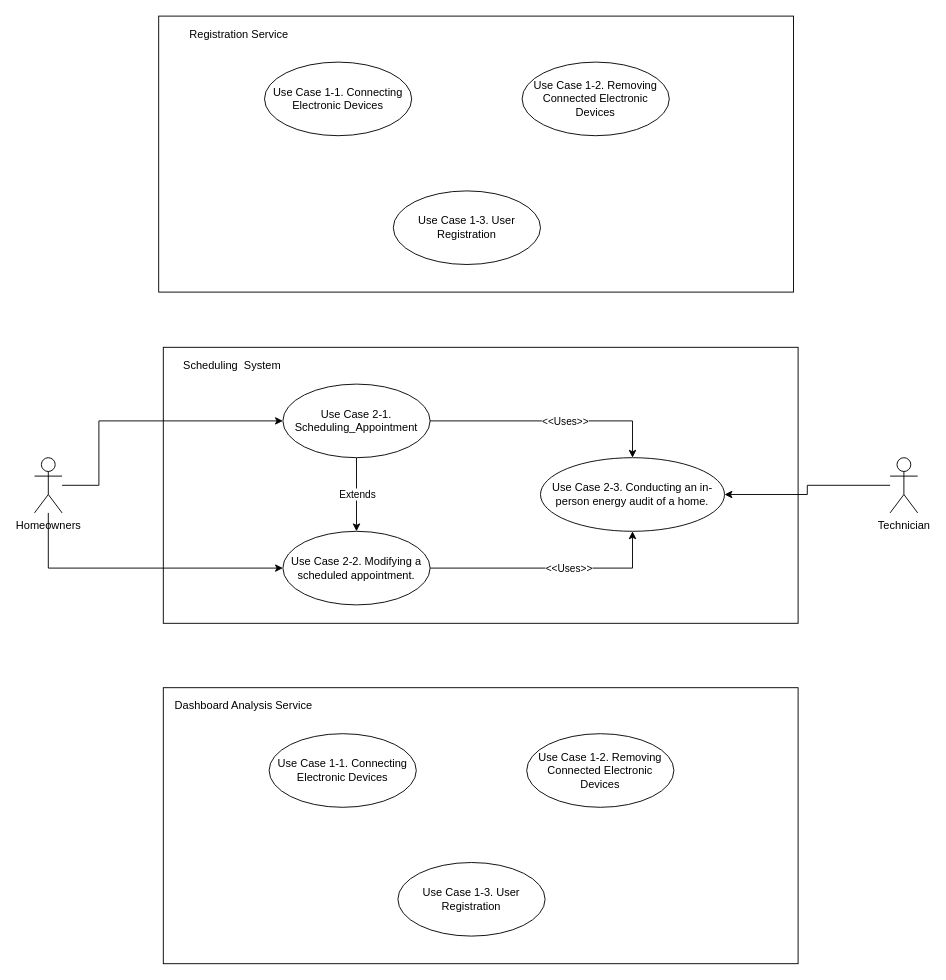
This is Use Case Diagram Milestone 1.drawio from uvic-teach/project-m1-team15, a draw.io file, before an edit. Source tidied: cells renumbered, new cells numbered last; positions are measured from the earlier drawing's top-left corner, leaving out a move shared by most shapes. Both pictures are drawn from the tidied source at 92%, with x=0, y=0 at pixel (34, 16).
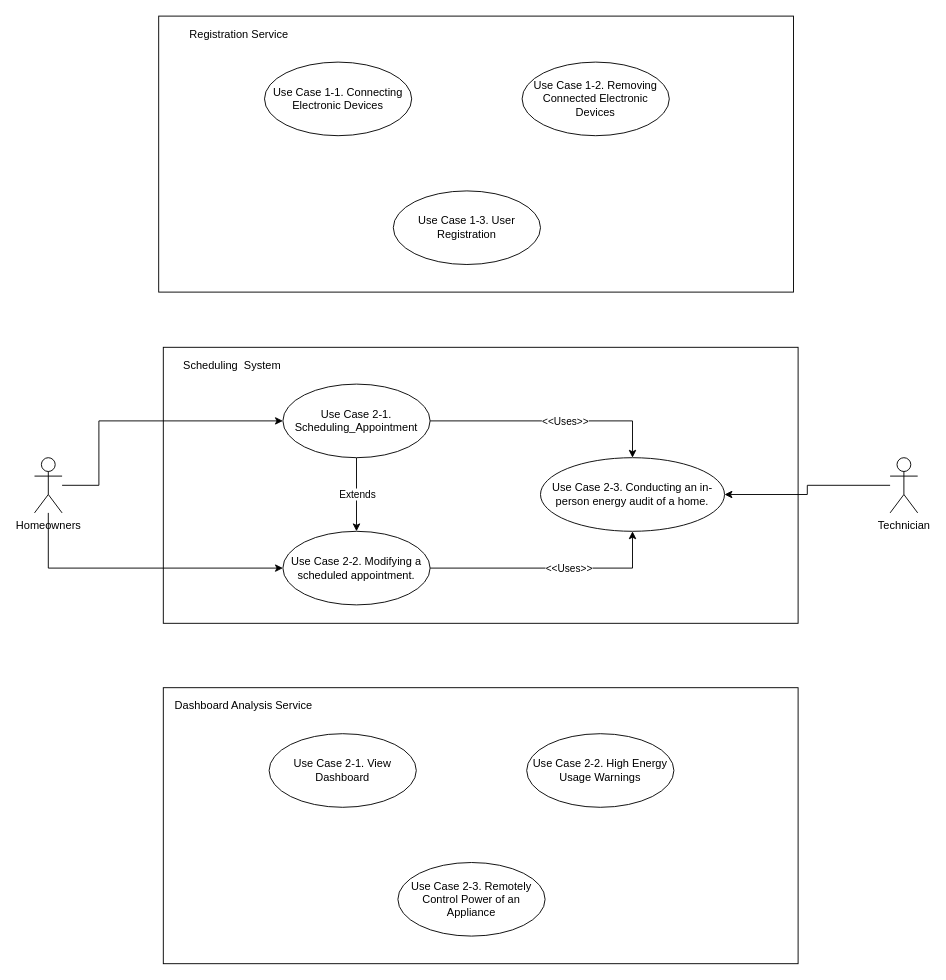
The same diagram, later.

Commit message:
Update Dashboard Service Use Case names Diagram Milestone 1.drawio

Change to the diagram source:
```diff
@@
-    <mxCell id="24" value="Use Case 1-1. Connecting Electronic Devices" style="ellipse;whiteSpace=wrap;html=1;" parent="1" vertex="1">
+    <mxCell id="24" value="Use Case 2-1. View Dashboard" style="ellipse;whiteSpace=wrap;html=1;" parent="1" vertex="1">
       <mxGeometry x="255" y="780" width="160" height="80" as="geometry" />
     </mxCell>
-    <mxCell id="25" value="Use Case 1-2. Removing Connected Electronic Devices" style="ellipse;whiteSpace=wrap;html=1;" parent="1" vertex="1">
+    <mxCell id="25" value="Use Case 2-2. High Energy Usage Warnings" style="ellipse;whiteSpace=wrap;html=1;" parent="1" vertex="1">
       <mxGeometry x="535" y="780" width="160" height="80" as="geometry" />
     </mxCell>
-    <mxCell id="26" value="Use Case 1-3. User Registration" style="ellipse;whiteSpace=wrap;html=1;" parent="1" vertex="1">
+    <mxCell id="26" value="Use Case 2-3. Remotely Control Power of an Appliance" style="ellipse;whiteSpace=wrap;html=1;" parent="1" vertex="1">
       <mxGeometry x="395" y="920" width="160" height="80" as="geometry" />
     </mxCell>
```
